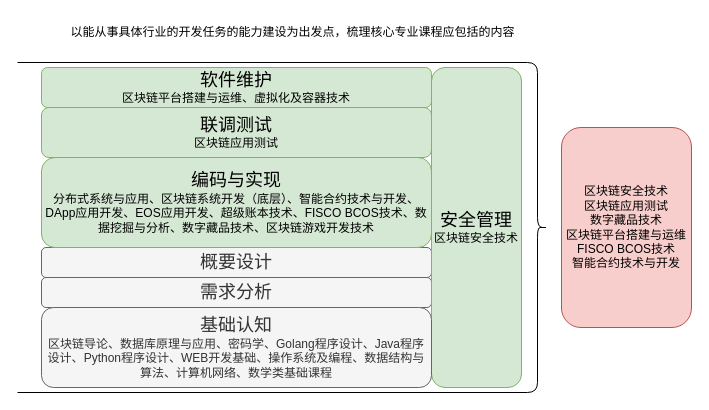
Earlier version of the draw.io diagram 核心专业课.drawio (luuuuo/luuuuo_content). Source tidied: cells renumbered, new cells numbered last; positions are measured from the earlier drawing's top-left corner, leaving out a move shared by most shapes. Both pictures are drawn from the tidied source at 100%, with x=0, y=0 at pixel (17, 17).
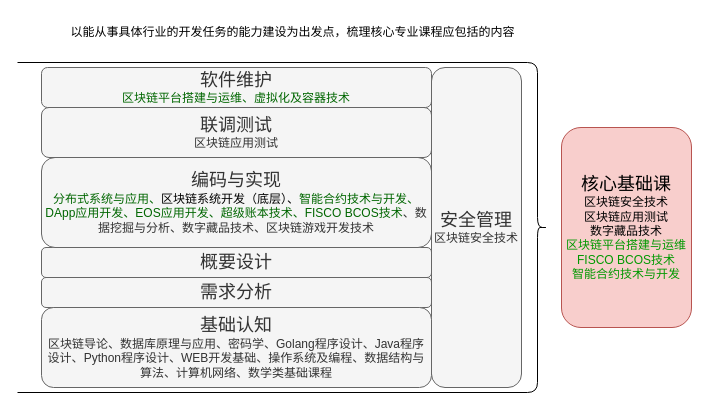
The same page after the edit.

Commit message (it also covers changes not shown here):
更新核心专业课.drawio

Change to the diagram source:
```diff
@@
 <mxGraphModel>
   <root>
     <mxCell id="0" />
     <mxCell id="1" parent="0" />
+    <mxCell id="10" style="shape=curlyBracket;whiteSpace=wrap;html=1;rounded=1;flipH=1;labelPosition=right;verticalLabelPosition=middle;align=left;verticalAlign=middle;size=0.018867924528301886;" parent="1" vertex="1">
+      <mxGeometry y="45" width="530" height="330" as="geometry" />
+    </mxCell>
     <mxCell id="2" value="&lt;font style=&quot;font-size: 18px;&quot;&gt;概要设计&lt;/font&gt;" style="rounded=1;whiteSpace=wrap;html=1;fillColor=#f5f5f5;fontColor=#333333;strokeColor=#666666;" parent="1" vertex="1">
       <mxGeometry x="24" y="230" width="390" height="30" as="geometry" />
     </mxCell>
     <mxCell id="3" value="&lt;font style=&quot;font-size: 18px;&quot;&gt;需求分析&lt;/font&gt;" style="rounded=1;whiteSpace=wrap;html=1;fillColor=#f5f5f5;fontColor=#333333;strokeColor=#666666;" parent="1" vertex="1">
       <mxGeometry x="24" y="260" width="390" height="30" as="geometry" />
     </mxCell>
-    <mxCell id="4" value="&lt;font style=&quot;font-size: 18px;&quot;&gt;编码与实现&lt;br&gt;&lt;/font&gt;&lt;div&gt;分布式系统与应用、&lt;span style=&quot;background-color: initial;&quot;&gt;区块链系统开发（底层）、&lt;/span&gt;&lt;span style=&quot;background-color: initial;&quot;&gt;智能合约技术与开发、&lt;/span&gt;&lt;span style=&quot;background-color: initial;&quot;&gt;DApp应用开发、&lt;/span&gt;&lt;span style=&quot;background-color: initial;&quot;&gt;EOS应用开发、&lt;/span&gt;&lt;span style=&quot;background-color: initial;&quot;&gt;超级账本技术、&lt;/span&gt;&lt;span style=&quot;background-color: initial;&quot;&gt;FISCO BCOS技术、&lt;/span&gt;&lt;span style=&quot;background-color: initial;&quot;&gt;数据挖掘与分析、数字藏品技术、区块链游戏开发技术&lt;/span&gt;&lt;/div&gt;" style="rounded=1;whiteSpace=wrap;html=1;fillColor=#d5e8d4;strokeColor=#82b366;" parent="1" vertex="1">
+    <mxCell id="4" value="&lt;font style=&quot;font-size: 18px;&quot;&gt;编码与实现&lt;br&gt;&lt;/font&gt;&lt;div&gt;&lt;font color=&quot;#006600&quot;&gt;分布式系统与应用、&lt;/font&gt;&lt;span style=&quot;background-color: initial;&quot;&gt;&lt;font color=&quot;#000000&quot;&gt;区块链系统开发（底层）、&lt;/font&gt;&lt;/span&gt;&lt;span style=&quot;color: rgb(0, 102, 0); background-color: initial;&quot;&gt;智能合约技术与开发、&lt;/span&gt;&lt;span style=&quot;color: rgb(0, 102, 0); background-color: initial;&quot;&gt;DApp应用开发、&lt;/span&gt;&lt;span style=&quot;color: rgb(0, 102, 0); background-color: initial;&quot;&gt;EOS应用开发、&lt;/span&gt;&lt;span style=&quot;color: rgb(0, 102, 0); background-color: initial;&quot;&gt;超级账本技术、&lt;/span&gt;&lt;span style=&quot;color: rgb(0, 102, 0); background-color: initial;&quot;&gt;FISCO BCOS技术&lt;/span&gt;&lt;span style=&quot;background-color: initial;&quot;&gt;、&lt;/span&gt;&lt;span style=&quot;background-color: initial;&quot;&gt;数据挖掘与分析、数字藏品技术、区块链游戏开发技术&lt;/span&gt;&lt;/div&gt;" style="rounded=1;whiteSpace=wrap;html=1;fillColor=#f5f5f5;strokeColor=#666666;fontColor=#333333;" parent="1" vertex="1">
       <mxGeometry x="24" y="140" width="390" height="90" as="geometry" />
     </mxCell>
-    <mxCell id="5" value="&lt;font style=&quot;font-size: 18px;&quot;&gt;联调测试&lt;br&gt;&lt;/font&gt;区块链应用测试" style="rounded=1;whiteSpace=wrap;html=1;fillColor=#d5e8d4;strokeColor=#82b366;" parent="1" vertex="1">
+    <mxCell id="5" value="&lt;font style=&quot;font-size: 18px;&quot;&gt;联调测试&lt;br&gt;&lt;/font&gt;区块链应用测试" style="rounded=1;whiteSpace=wrap;html=1;fillColor=#f5f5f5;strokeColor=#666666;fontColor=#333333;" parent="1" vertex="1">
       <mxGeometry x="24" y="90" width="390" height="50" as="geometry" />
     </mxCell>
-    <mxCell id="6" value="&lt;font style=&quot;font-size: 18px;&quot;&gt;软件维护&lt;br&gt;&lt;/font&gt;区块链平台搭建与运维、虚拟化及容器技术" style="rounded=1;whiteSpace=wrap;html=1;fillColor=#d5e8d4;strokeColor=#82b366;" parent="1" vertex="1">
+    <mxCell id="6" value="&lt;font style=&quot;font-size: 18px;&quot;&gt;软件维护&lt;br&gt;&lt;/font&gt;&lt;font color=&quot;#006600&quot;&gt;区块链平台搭建与运维、虚拟化及容器技术&lt;/font&gt;" style="rounded=1;whiteSpace=wrap;html=1;fillColor=#f5f5f5;strokeColor=#666666;fontColor=#333333;" parent="1" vertex="1">
       <mxGeometry x="24" y="50" width="390" height="40" as="geometry" />
     </mxCell>
-    <mxCell id="7" value="&lt;font style=&quot;font-size: 18px;&quot;&gt;安全管理&lt;/font&gt;&lt;br&gt;区块链安全技术" style="rounded=1;whiteSpace=wrap;html=1;fillColor=#d5e8d4;strokeColor=#82b366;" parent="1" vertex="1">
+    <mxCell id="7" value="&lt;font style=&quot;font-size: 18px;&quot;&gt;安全管理&lt;/font&gt;&lt;br&gt;区块链安全技术" style="rounded=1;whiteSpace=wrap;html=1;fillColor=#f5f5f5;strokeColor=#666666;fontColor=#333333;" parent="1" vertex="1">
       <mxGeometry x="414" y="50" width="90" height="320" as="geometry" />
     </mxCell>
     <mxCell id="8" value="&lt;font style=&quot;font-size: 18px;&quot;&gt;基础认知&lt;/font&gt;&lt;br&gt;&lt;div&gt;区块链导论、&lt;span style=&quot;background-color: initial;&quot;&gt;数据库原理与应用、&lt;/span&gt;&lt;span style=&quot;background-color: initial;&quot;&gt;密码学、&lt;/span&gt;&lt;span style=&quot;background-color: initial;&quot;&gt;Golang程序设计、&lt;/span&gt;&lt;span style=&quot;background-color: initial;&quot;&gt;Java程序设计、&lt;/span&gt;&lt;span style=&quot;background-color: initial;&quot;&gt;Python程序设计、&lt;/span&gt;&lt;span style=&quot;background-color: initial;&quot;&gt;WEB开发基础、&lt;/span&gt;&lt;span style=&quot;background-color: initial;&quot;&gt;操作系统及编程、&lt;/span&gt;&lt;span style=&quot;background-color: initial;&quot;&gt;数据结构与算法、&lt;/span&gt;&lt;span style=&quot;background-color: initial;&quot;&gt;计算机网络、&lt;/span&gt;&lt;span style=&quot;background-color: initial;&quot;&gt;数学类基础课程&lt;/span&gt;&lt;/div&gt;" style="rounded=1;whiteSpace=wrap;html=1;fillColor=#f5f5f5;fontColor=#333333;strokeColor=#666666;" parent="1" vertex="1">
       <mxGeometry x="24" y="290" width="390" height="80" as="geometry" />
     </mxCell>
     <mxCell id="9" value="以能从事具体行业的开发任务的能力建设为出发点，梳理核心专业课程应包括的内容" style="text;html=1;align=center;verticalAlign=middle;strokeColor=none;fillColor=none;" parent="1" vertex="1">
       <mxGeometry x="40" width="470" height="30" as="geometry" />
     </mxCell>
-    <mxCell id="10" style="shape=curlyBracket;whiteSpace=wrap;html=1;rounded=1;flipH=1;labelPosition=right;verticalLabelPosition=middle;align=left;verticalAlign=middle;size=0.018867924528301886;" parent="1" vertex="1">
-      <mxGeometry y="45" width="530" height="330" as="geometry" />
-    </mxCell>
-    <mxCell id="11" value="区块链安全技术&lt;br style=&quot;border-color: var(--border-color);&quot;&gt;区块链应用测试&lt;br&gt;数字藏品技术&lt;br&gt;区块链平台搭建与运维&lt;br style=&quot;border-color: var(--border-color);&quot;&gt;FISCO BCOS技术&lt;br style=&quot;border-color: var(--border-color);&quot;&gt;智能合约技术与开发" style="rounded=1;whiteSpace=wrap;html=1;fillColor=#f8cecc;strokeColor=#b85450;" parent="1" vertex="1">
+    <mxCell id="11" value="&lt;font style=&quot;font-size: 18px;&quot;&gt;核心基础课&lt;/font&gt;&lt;br&gt;区块链安全技术&lt;br style=&quot;border-color: var(--border-color);&quot;&gt;区块链应用测试&lt;br&gt;数字藏品技术&lt;br&gt;&lt;font color=&quot;#009900&quot;&gt;区块链平台搭建与运维&lt;br style=&quot;border-color: var(--border-color);&quot;&gt;FISCO BCOS技术&lt;br style=&quot;border-color: var(--border-color);&quot;&gt;智能合约技术与开发&lt;/font&gt;" style="rounded=1;whiteSpace=wrap;html=1;fillColor=#f8cecc;strokeColor=#b85450;" parent="1" vertex="1">
       <mxGeometry x="544" y="110" width="130" height="200" as="geometry" />
     </mxCell>
   </root>
 </mxGraphModel>
```
